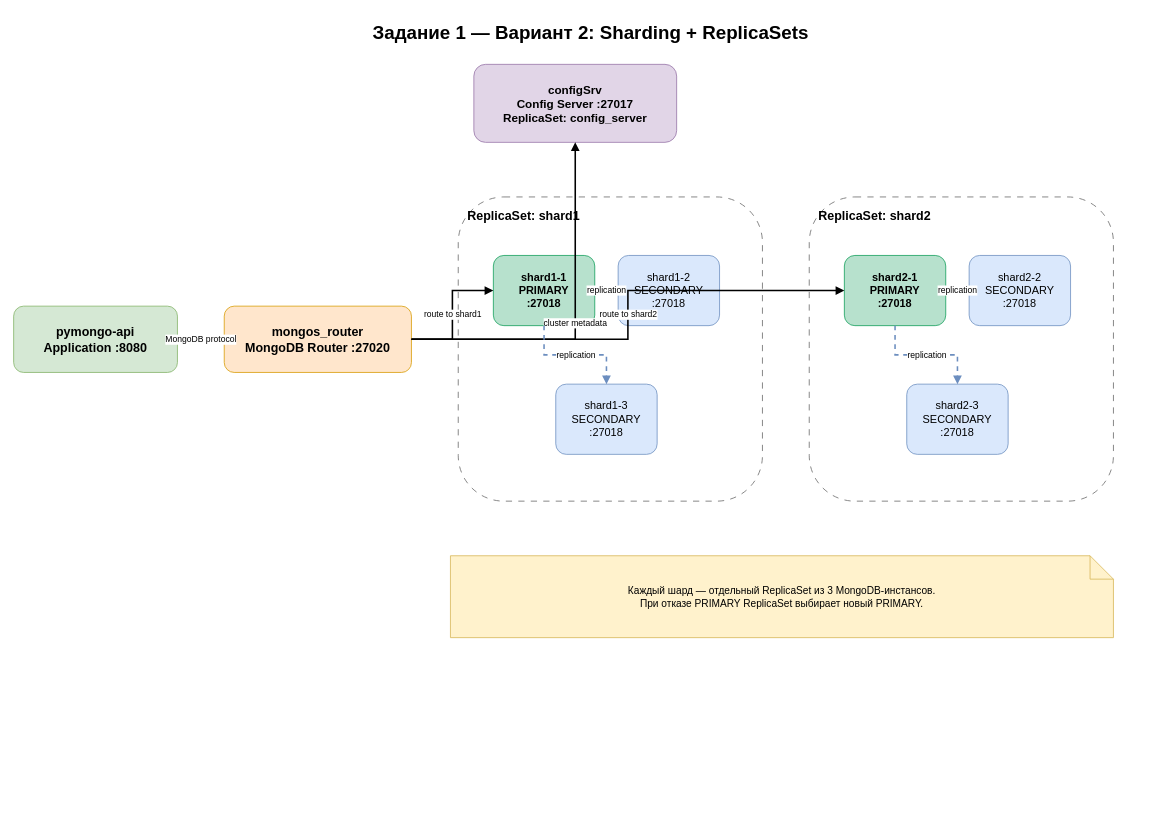
This is page "2 - Replication" (2 of 3) of tasks/task1.drawio from KristinaKurian/architecture-black_friday, a draw.io file, before an edit. Source tidied: cells renumbered, new cells numbered last; positions are measured from the earlier drawing's top-left corner, leaving out a move shared by most shapes. Both pictures are drawn from the tidied source at 78%, with x=0, y=0 at pixel (13, 13).
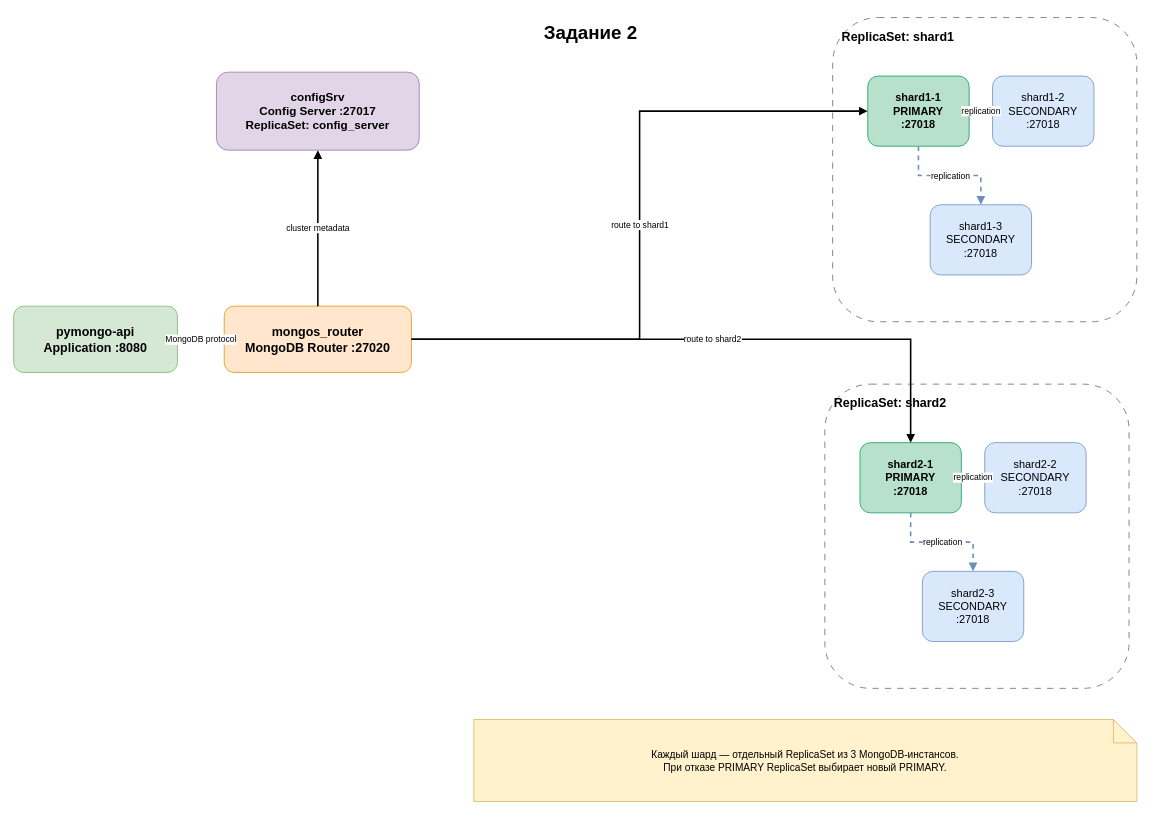
Above is the later version.

Unchanged cells that the change refers to:
```xml
<mxCell id="4" value="mongos_router&#10;MongoDB Router :27020" style="rounded=1;whiteSpace=wrap;html=1;fillColor=#ffe6cc;strokeColor=#d79b00;fontSize=16;fontStyle=1;" parent="1" vertex="1">
  <mxGeometry x="270" y="375" width="240" height="85" as="geometry" />
</mxCell>
```

Change to the diagram source:
```diff
@@
-    <mxCell id="2" value="Задание 1 — Вариант 2: Sharding + ReplicaSets" style="text;html=1;strokeColor=none;fillColor=none;align=center;verticalAlign=middle;whiteSpace=wrap;rounded=0;fontSize=24;fontStyle=1;" parent="1" vertex="1">
+    <mxCell id="2" value="Задание 2" style="text;html=1;strokeColor=none;fillColor=none;align=center;verticalAlign=middle;whiteSpace=wrap;rounded=0;fontSize=24;fontStyle=1;" parent="1" vertex="1">
       <mxGeometry x="200" width="1080" height="50" as="geometry" />
     </mxCell>
@@
     <mxCell id="5" value="configSrv&#10;Config Server :27017&#10;ReplicaSet: config_server" style="rounded=1;whiteSpace=wrap;html=1;fillColor=#e1d5e7;strokeColor=#9673a6;fontSize=15;fontStyle=1;" parent="1" vertex="1">
-      <mxGeometry x="590" y="65" width="260" height="100" as="geometry" />
+      <mxGeometry x="260" y="75" width="260" height="100" as="geometry" />
     </mxCell>
     <mxCell id="6" value="ReplicaSet: shard1" style="rounded=1;whiteSpace=wrap;html=1;fillColor=none;strokeColor=#666666;dashed=1;dashPattern=8 8;fontSize=16;fontStyle=1;verticalAlign=top;align=left;spacingTop=8;spacingLeft=10;" parent="1" vertex="1">
-      <mxGeometry x="570" y="235" width="390" height="390" as="geometry" />
+      <mxGeometry x="1050" y="5" width="390" height="390" as="geometry" />
     </mxCell>
     <mxCell id="7" value="ReplicaSet: shard2" style="rounded=1;whiteSpace=wrap;html=1;fillColor=none;strokeColor=#666666;dashed=1;dashPattern=8 8;fontSize=16;fontStyle=1;verticalAlign=top;align=left;spacingTop=8;spacingLeft=10;" parent="1" vertex="1">
-      <mxGeometry x="1020" y="235" width="390" height="390" as="geometry" />
+      <mxGeometry x="1040" y="475" width="390" height="390" as="geometry" />
     </mxCell>
     <mxCell id="8" value="shard1-1&#10;PRIMARY&#10;:27018" style="rounded=1;whiteSpace=wrap;html=1;fillColor=#b7e1cd;strokeColor=#0f9d58;fontSize=14;fontStyle=1;" parent="1" vertex="1">
-      <mxGeometry x="615" y="310" width="130" height="90" as="geometry" />
+      <mxGeometry x="1095" y="80" width="130" height="90" as="geometry" />
     </mxCell>
     <mxCell id="9" value="shard1-2&#10;SECONDARY&#10;:27018" style="rounded=1;whiteSpace=wrap;html=1;fillColor=#dae8fc;strokeColor=#6c8ebf;fontSize=14;" parent="1" vertex="1">
-      <mxGeometry x="775" y="310" width="130" height="90" as="geometry" />
+      <mxGeometry x="1255" y="80" width="130" height="90" as="geometry" />
     </mxCell>
     <mxCell id="10" value="shard1-3&#10;SECONDARY&#10;:27018" style="rounded=1;whiteSpace=wrap;html=1;fillColor=#dae8fc;strokeColor=#6c8ebf;fontSize=14;" parent="1" vertex="1">
-      <mxGeometry x="695" y="475" width="130" height="90" as="geometry" />
+      <mxGeometry x="1175" y="245" width="130" height="90" as="geometry" />
     </mxCell>
     <mxCell id="11" value="shard2-1&#10;PRIMARY&#10;:27018" style="rounded=1;whiteSpace=wrap;html=1;fillColor=#b7e1cd;strokeColor=#0f9d58;fontSize=14;fontStyle=1;" parent="1" vertex="1">
-      <mxGeometry x="1065" y="310" width="130" height="90" as="geometry" />
+      <mxGeometry x="1085" y="550" width="130" height="90" as="geometry" />
     </mxCell>
     <mxCell id="12" value="shard2-2&#10;SECONDARY&#10;:27018" style="rounded=1;whiteSpace=wrap;html=1;fillColor=#dae8fc;strokeColor=#6c8ebf;fontSize=14;" parent="1" vertex="1">
-      <mxGeometry x="1225" y="310" width="130" height="90" as="geometry" />
+      <mxGeometry x="1245" y="550" width="130" height="90" as="geometry" />
     </mxCell>
     <mxCell id="13" value="shard2-3&#10;SECONDARY&#10;:27018" style="rounded=1;whiteSpace=wrap;html=1;fillColor=#dae8fc;strokeColor=#6c8ebf;fontSize=14;" parent="1" vertex="1">
-      <mxGeometry x="1145" y="475" width="130" height="90" as="geometry" />
+      <mxGeometry x="1165" y="715" width="130" height="90" as="geometry" />
     </mxCell>
@@
-    <mxCell id="16" value="route to shard1" style="edgeStyle=orthogonalEdgeStyle;rounded=0;jettySize=auto;html=1;endArrow=block;endFill=1;strokeWidth=2;" parent="1" edge="1" source="4" target="8">
+    <mxCell id="16" value="route to shard1" style="edgeStyle=orthogonalEdgeStyle;rounded=0;jettySize=auto;html=1;endArrow=block;endFill=1;strokeWidth=2;entryX=0;entryY=0.5;entryDx=0;entryDy=0;exitX=1;exitY=0.5;exitDx=0;exitDy=0;" parent="1" edge="1" source="4" target="8">
       <mxGeometry relative="1" as="geometry" />
     </mxCell>
@@
     <mxCell id="22" value="Каждый шард — отдельный ReplicaSet из 3 MongoDB-инстансов.&#10;При отказе PRIMARY ReplicaSet выбирает новый PRIMARY." style="shape=note;whiteSpace=wrap;html=1;backgroundOutline=1;fillColor=#fff2cc;strokeColor=#d6b656;fontSize=13;" parent="1" vertex="1">
-      <mxGeometry x="560" y="695" width="850" height="105" as="geometry" />
+      <mxGeometry x="590" y="905" width="850" height="105" as="geometry" />
     </mxCell>
```
